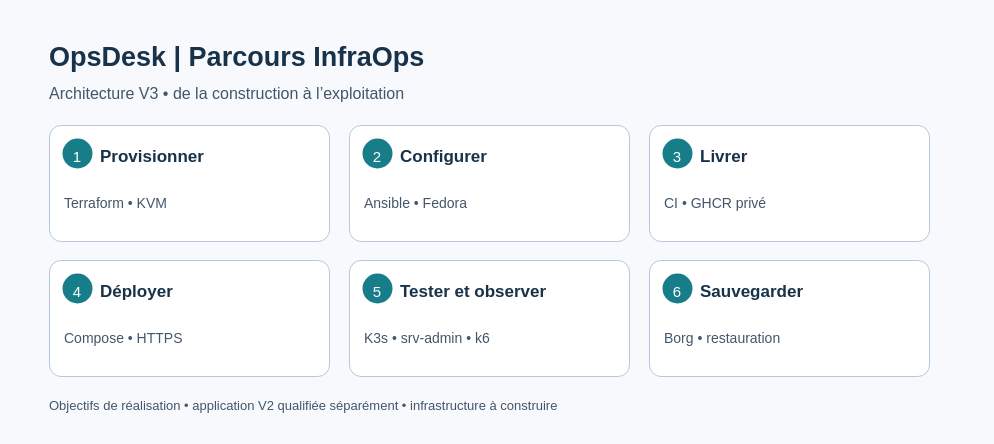
Earlier version of the draw.io diagram docs/images/opsdesk-presentation-v3.drawio (mathiasseguincadiche/OpsDesk). Source tidied: cells renumbered, new cells numbered last; positions are measured from the earlier drawing's top-left corner, leaving out a move shared by most shapes. Both pictures are drawn from the tidied source at 100%, with x=0, y=0 at pixel (17, 17).
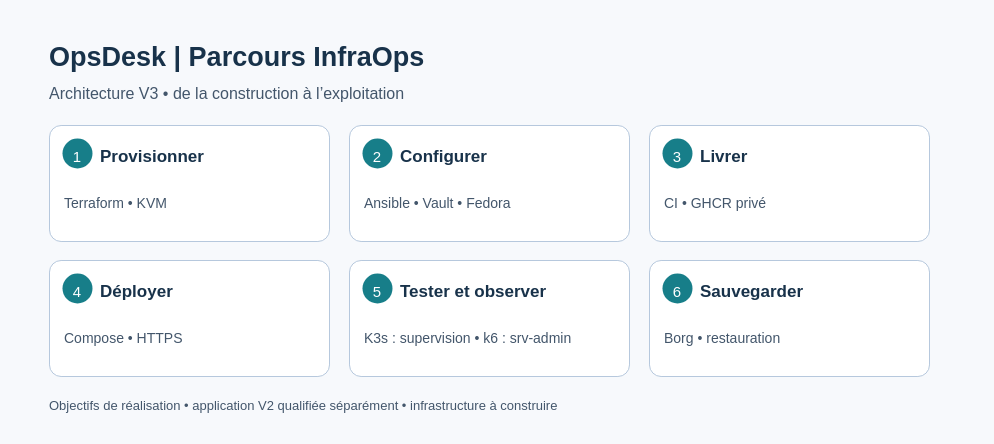
The same diagram, later.

Commit message (it also covers changes not shown here):
Aligner références et visuels provisoires sur la topologie validée

What changed in the source:
```diff
@@
-    <mxCell id="14" value="Ansible • Fedora" style="text;html=0;strokeColor=none;fillColor=none;align=left;verticalAlign=top;spacing=0;whiteSpace=wrap;fontFamily=Arial;fontSize=14;fontColor=#43566b;fontStyle=0;" parent="1" vertex="1">
+    <mxCell id="14" value="Ansible • Vault • Fedora" style="text;html=0;strokeColor=none;fillColor=none;align=left;verticalAlign=top;spacing=0;whiteSpace=wrap;fontFamily=Arial;fontSize=14;fontColor=#43566b;fontStyle=0;" parent="1" vertex="1">
       <mxGeometry x="347" y="173" width="265" height="20.3" as="geometry" />
     </mxCell>
@@
-    <mxCell id="29" value="K3s • srv-admin • k6" style="text;html=0;strokeColor=none;fillColor=none;align=left;verticalAlign=top;spacing=0;whiteSpace=wrap;fontFamily=Arial;fontSize=14;fontColor=#43566b;fontStyle=0;" parent="1" vertex="1">
+    <mxCell id="29" value="K3s : supervision • k6 : srv-admin" style="text;html=0;strokeColor=none;fillColor=none;align=left;verticalAlign=top;spacing=0;whiteSpace=wrap;fontFamily=Arial;fontSize=14;fontColor=#43566b;fontStyle=0;" parent="1" vertex="1">
       <mxGeometry x="347" y="308" width="265" height="20.3" as="geometry" />
     </mxCell>
```
